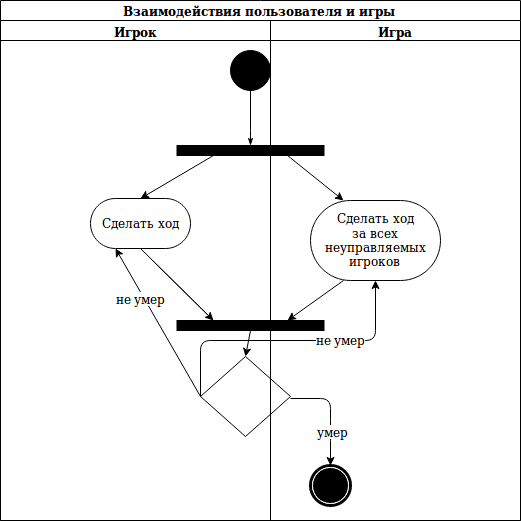
RamSaw/SoftwareDesign keeps this draw.io diagram as InteractionsDiagram.png. Above is the earlier version. Source tidied: cells renumbered, new cells last; positions are measured from the earlier drawing's top-left corner, leaving out a move shared by most shapes. Source of this version:
```xml
<mxGraphModel>
  <root>
    <mxCell id="0" />
    <mxCell id="1" parent="0" />
    <mxCell id="2" value="Взаимодействия пользователя и игры" style="swimlane;html=1;startSize=20;rounded=0;shadow=0;comic=0;labelBackgroundColor=none;strokeColor=#000000;strokeWidth=1;fillColor=#ffffff;fontFamily=Verdana;fontSize=12;fontColor=#000000;align=center;" parent="1" vertex="1">
      <mxGeometry width="520" height="520" as="geometry" />
    </mxCell>
    <mxCell id="3" value="Игрок" style="swimlane;html=1;startSize=20;" parent="2" vertex="1">
      <mxGeometry y="20" width="270" height="500" as="geometry" />
    </mxCell>
    <mxCell id="4" style="rhombus;whiteSpace=wrap;html=1;" parent="3" vertex="1">
      <mxGeometry x="200" y="336" width="90" height="80" as="geometry" />
    </mxCell>
    <mxCell id="5" style="ellipse;whiteSpace=wrap;html=1;rounded=0;shadow=0;comic=0;labelBackgroundColor=none;strokeColor=#000000;strokeWidth=1;fillColor=#000000;fontFamily=Verdana;fontSize=12;fontColor=#000000;align=center;" parent="3" vertex="1">
      <mxGeometry x="230" y="30" width="40" height="40" as="geometry" />
    </mxCell>
    <mxCell id="6" value="Сделать ход" style="rounded=1;whiteSpace=wrap;html=1;shadow=0;comic=0;labelBackgroundColor=none;strokeColor=#000000;strokeWidth=1;fillColor=#ffffff;fontFamily=Verdana;fontSize=12;fontColor=#000000;align=center;arcSize=50;" parent="3" vertex="1">
      <mxGeometry x="90" y="178" width="100" height="50" as="geometry" />
    </mxCell>
    <mxCell id="7" style="endArrow=classic;html=1;exitX=0;exitY=0.5;exitDx=0;exitDy=0;entryX=0.25;entryY=1;entryDx=0;entryDy=0;" parent="3" edge="1" source="4" target="6">
      <mxGeometry relative="1" as="geometry" />
    </mxCell>
    <mxCell id="8" value="не умер" style="text;html=1;align=center;verticalAlign=middle;labelBackgroundColor=#ffffff;" parent="7" vertex="1">
      <mxGeometry x="0.35" y="2" relative="1" as="geometry" />
    </mxCell>
    <mxCell id="9" value="Игра" style="swimlane;html=1;startSize=20;" parent="2" vertex="1">
      <mxGeometry x="270" y="20" width="250" height="500" as="geometry" />
    </mxCell>
    <mxCell id="10" style="whiteSpace=wrap;html=1;rounded=0;shadow=0;comic=0;labelBackgroundColor=none;strokeColor=#000000;strokeWidth=1;fillColor=#000000;fontFamily=Verdana;fontSize=12;fontColor=#000000;align=center;rotation=0;" parent="9" vertex="1">
      <mxGeometry x="-93.5" y="300" width="147" height="10" as="geometry" />
    </mxCell>
    <mxCell id="11" style="whiteSpace=wrap;html=1;rounded=0;shadow=0;comic=0;labelBackgroundColor=none;strokeColor=#000000;strokeWidth=1;fillColor=#000000;fontFamily=Verdana;fontSize=12;fontColor=#000000;align=center;rotation=0;" parent="9" vertex="1">
      <mxGeometry x="-93.5" y="125" width="147" height="10" as="geometry" />
    </mxCell>
    <mxCell id="12" value="&lt;div&gt;Сделать ход&lt;/div&gt;&lt;div&gt;за всех неуправляемых игроков&lt;br&gt;&lt;/div&gt;" style="rounded=1;whiteSpace=wrap;html=1;shadow=0;comic=0;labelBackgroundColor=none;strokeColor=#000000;strokeWidth=1;fillColor=#ffffff;fontFamily=Verdana;fontSize=12;fontColor=#000000;align=center;arcSize=50;" parent="9" vertex="1">
      <mxGeometry x="40" y="180" width="130" height="80" as="geometry" />
    </mxCell>
    <mxCell id="13" style="endArrow=classic;html=1;exitX=0.75;exitY=1;exitDx=0;exitDy=0;entryX=0.25;entryY=0;entryDx=0;entryDy=0;" parent="9" edge="1" source="11" target="12">
      <mxGeometry relative="1" as="geometry" />
    </mxCell>
    <mxCell id="14" style="endArrow=classic;html=1;exitX=0.25;exitY=1;exitDx=0;exitDy=0;entryX=0.75;entryY=0;entryDx=0;entryDy=0;" parent="9" edge="1" source="12" target="10">
      <mxGeometry relative="1" as="geometry" />
    </mxCell>
    <mxCell id="15" style="shape=mxgraph.bpmn.shape;html=1;verticalLabelPosition=bottom;labelBackgroundColor=#ffffff;verticalAlign=top;perimeter=ellipsePerimeter;outline=end;symbol=terminate;rounded=0;shadow=0;comic=0;strokeColor=#000000;strokeWidth=1;fillColor=#ffffff;fontFamily=Verdana;fontSize=12;fontColor=#000000;align=center;" parent="9" vertex="1">
      <mxGeometry x="40" y="445" width="40" height="40" as="geometry" />
    </mxCell>
    <mxCell id="16" style="endArrow=classic;html=1;exitX=0.25;exitY=1;exitDx=0;exitDy=0;entryX=0.5;entryY=0;entryDx=0;entryDy=0;" parent="2" edge="1" source="11" target="6">
      <mxGeometry relative="1" as="geometry" />
    </mxCell>
    <mxCell id="17" style="edgeStyle=orthogonalEdgeStyle;rounded=0;html=1;labelBackgroundColor=none;startArrow=none;startFill=0;startSize=5;endArrow=classicThin;endFill=1;endSize=5;jettySize=auto;strokeColor=#000000;strokeWidth=1;fontFamily=Verdana;fontSize=12;fontColor=#000000;exitX=0.5;exitY=1;exitDx=0;exitDy=0;entryX=0.5;entryY=0;entryDx=0;entryDy=0;" parent="2" edge="1" source="5" target="11">
      <mxGeometry relative="1" as="geometry">
        <Array as="points">
          <mxPoint x="250" y="130" />
          <mxPoint x="250" y="130" />
        </Array>
      </mxGeometry>
    </mxCell>
    <mxCell id="18" style="endArrow=classic;html=1;exitX=0.5;exitY=1;exitDx=0;exitDy=0;entryX=0.25;entryY=0;entryDx=0;entryDy=0;" parent="2" edge="1" source="6" target="10">
      <mxGeometry relative="1" as="geometry" />
    </mxCell>
    <mxCell id="19" style="endArrow=classic;html=1;entryX=0.5;entryY=1;entryDx=0;entryDy=0;exitX=0;exitY=0.5;exitDx=0;exitDy=0;" parent="2" edge="1" source="4" target="12">
      <mxGeometry relative="1" as="geometry">
        <Array as="points">
          <mxPoint x="200" y="340" />
          <mxPoint x="375" y="340" />
        </Array>
      </mxGeometry>
    </mxCell>
    <mxCell id="20" value="не умер" style="text;html=1;align=center;verticalAlign=middle;labelBackgroundColor=#ffffff;" parent="19" vertex="1">
      <mxGeometry x="0.35" y="2" relative="1" as="geometry" />
    </mxCell>
    <mxCell id="21" style="endArrow=classic;html=1;exitX=0.5;exitY=1;exitDx=0;exitDy=0;entryX=0.5;entryY=0;entryDx=0;entryDy=0;" parent="2" edge="1" source="10" target="4">
      <mxGeometry relative="1" as="geometry" />
    </mxCell>
    <mxCell id="22" style="endArrow=classic;html=1;exitX=0.5;exitY=1;exitDx=0;exitDy=0;entryX=0.25;entryY=0;entryDx=0;entryDy=0;" parent="1" edge="1">
      <mxGeometry relative="1" as="geometry">
        <mxPoint x="150" y="258" as="sourcePoint" />
        <mxPoint x="223" y="330" as="targetPoint" />
      </mxGeometry>
    </mxCell>
    <mxCell id="23" style="endArrow=classic;html=1;exitX=0;exitY=0.25;exitDx=0;exitDy=0;entryX=0.5;entryY=0;entryDx=0;entryDy=0;" parent="1" edge="1" target="15">
      <mxGeometry relative="1" as="geometry">
        <mxPoint x="290" y="398" as="sourcePoint" />
        <Array as="points">
          <mxPoint x="330" y="398" />
          <mxPoint x="330" y="430" />
        </Array>
      </mxGeometry>
    </mxCell>
    <mxCell id="24" value="умер" style="text;html=1;align=center;verticalAlign=middle;labelBackgroundColor=#ffffff;" parent="23" vertex="1">
      <mxGeometry x="0.35" y="2" relative="1" as="geometry" />
    </mxCell>
  </root>
</mxGraphModel>
```
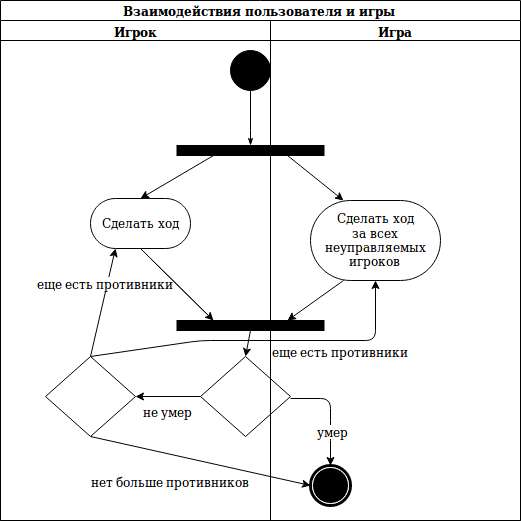
The same diagram one commit later.

Change to the diagram source:
```diff
@@ -17,12 +17,23 @@
     <mxCell id="6" value="Сделать ход" style="rounded=1;whiteSpace=wrap;html=1;shadow=0;comic=0;labelBackgroundColor=none;strokeColor=#000000;strokeWidth=1;fillColor=#ffffff;fontFamily=Verdana;fontSize=12;fontColor=#000000;align=center;arcSize=50;" parent="3" vertex="1">
       <mxGeometry x="90" y="178" width="100" height="50" as="geometry" />
     </mxCell>
-    <mxCell id="7" style="endArrow=classic;html=1;exitX=0;exitY=0.5;exitDx=0;exitDy=0;entryX=0.25;entryY=1;entryDx=0;entryDy=0;" parent="3" edge="1" source="4" target="6">
+    <mxCell id="7" style="endArrow=classic;html=1;exitX=0.5;exitY=0;exitDx=0;exitDy=0;entryX=0.25;entryY=1;entryDx=0;entryDy=0;" parent="3" edge="1" source="25" target="6">
       <mxGeometry relative="1" as="geometry" />
     </mxCell>
-    <mxCell id="8" value="не умер" style="text;html=1;align=center;verticalAlign=middle;labelBackgroundColor=#ffffff;" parent="7" vertex="1">
+    <mxCell id="8" value="еще есть противники" style="text;html=1;align=center;verticalAlign=middle;labelBackgroundColor=#ffffff;" parent="7" vertex="1">
       <mxGeometry x="0.35" y="2" relative="1" as="geometry" />
     </mxCell>
+    <mxCell id="25" style="rhombus;whiteSpace=wrap;html=1;" parent="3" vertex="1">
+      <mxGeometry x="45" y="336" width="90" height="80" as="geometry" />
+    </mxCell>
+    <mxCell id="26" style="endArrow=classic;html=1;exitX=0;exitY=0.5;exitDx=0;exitDy=0;entryX=1;entryY=0.5;entryDx=0;entryDy=0;" parent="3" edge="1" source="4" target="25">
+      <mxGeometry relative="1" as="geometry" />
+    </mxCell>
+    <mxCell id="27" value="не умер" style="text;html=1;align=center;verticalAlign=middle;labelBackgroundColor=#ffffff;" parent="26" vertex="1">
+      <mxGeometry x="0.35" y="2" relative="1" as="geometry">
+        <mxPoint x="11.5" y="12" as="offset" />
+      </mxGeometry>
+    </mxCell>
     <mxCell id="9" value="Игра" style="swimlane;html=1;startSize=20;" parent="2" vertex="1">
       <mxGeometry x="270" y="20" width="250" height="500" as="geometry" />
     </mxCell>
@@ -58,7 +69,7 @@
     <mxCell id="18" style="endArrow=classic;html=1;exitX=0.5;exitY=1;exitDx=0;exitDy=0;entryX=0.25;entryY=0;entryDx=0;entryDy=0;" parent="2" edge="1" source="6" target="10">
       <mxGeometry relative="1" as="geometry" />
     </mxCell>
-    <mxCell id="19" style="endArrow=classic;html=1;entryX=0.5;entryY=1;entryDx=0;entryDy=0;exitX=0;exitY=0.5;exitDx=0;exitDy=0;" parent="2" edge="1" source="4" target="12">
+    <mxCell id="19" style="endArrow=classic;html=1;entryX=0.5;entryY=1;entryDx=0;entryDy=0;exitX=0.5;exitY=0;exitDx=0;exitDy=0;" parent="2" edge="1" source="25" target="12">
       <mxGeometry relative="1" as="geometry">
         <Array as="points">
           <mxPoint x="200" y="340" />
@@ -66,12 +77,22 @@
         </Array>
       </mxGeometry>
     </mxCell>
-    <mxCell id="20" value="не умер" style="text;html=1;align=center;verticalAlign=middle;labelBackgroundColor=#ffffff;" parent="19" vertex="1">
-      <mxGeometry x="0.35" y="2" relative="1" as="geometry" />
+    <mxCell id="20" value="еще есть противники" style="text;html=1;align=center;verticalAlign=middle;labelBackgroundColor=#ffffff;" parent="19" vertex="1">
+      <mxGeometry x="0.35" y="2" relative="1" as="geometry">
+        <mxPoint x="17" y="12" as="offset" />
+      </mxGeometry>
     </mxCell>
     <mxCell id="21" style="endArrow=classic;html=1;exitX=0.5;exitY=1;exitDx=0;exitDy=0;entryX=0.5;entryY=0;entryDx=0;entryDy=0;" parent="2" edge="1" source="10" target="4">
       <mxGeometry relative="1" as="geometry" />
     </mxCell>
+    <mxCell id="28" style="endArrow=classic;html=1;entryX=0;entryY=0.5;entryDx=0;entryDy=0;exitX=0.5;exitY=1;exitDx=0;exitDy=0;" parent="2" edge="1" source="25" target="15">
+      <mxGeometry relative="1" as="geometry" />
+    </mxCell>
+    <mxCell id="29" value="нет больше противников" style="text;html=1;align=center;verticalAlign=middle;labelBackgroundColor=#ffffff;" parent="28" vertex="1">
+      <mxGeometry x="0.35" y="2" relative="1" as="geometry">
+        <mxPoint x="-69" y="13" as="offset" />
+      </mxGeometry>
+    </mxCell>
     <mxCell id="22" style="endArrow=classic;html=1;exitX=0.5;exitY=1;exitDx=0;exitDy=0;entryX=0.25;entryY=0;entryDx=0;entryDy=0;" parent="1" edge="1">
       <mxGeometry relative="1" as="geometry">
         <mxPoint x="150" y="258" as="sourcePoint" />
```
